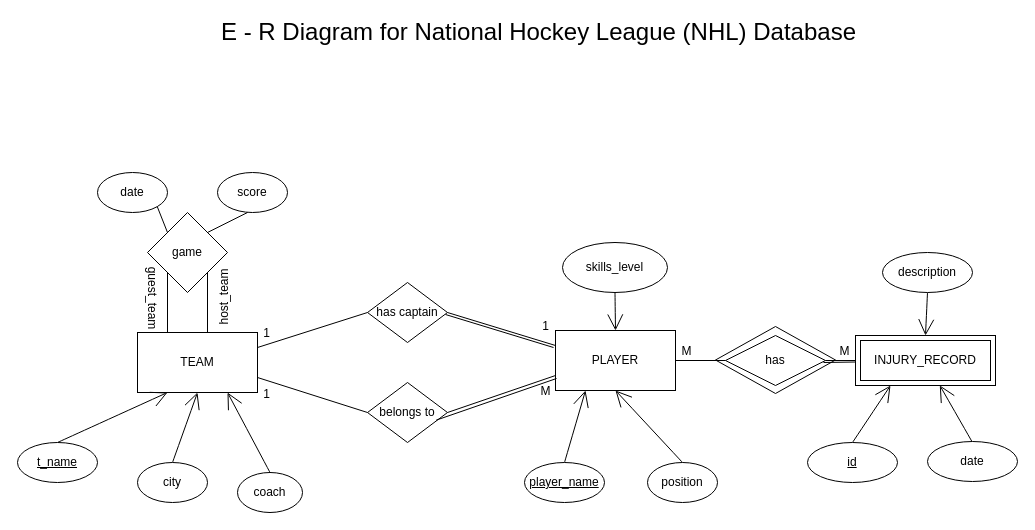
Earlier version of the draw.io diagram page "ER Diagram" (1 of 2) of Untitled Diagram.drawio (R0HITKUMAR/dbms_lab). Source tidied: cells renumbered, new cells numbered last; positions are measured from the earlier drawing's top-left corner, leaving out a move shared by most shapes. Both pictures are drawn from the tidied source at 100%, with x=0, y=0 at pixel (17, 20).
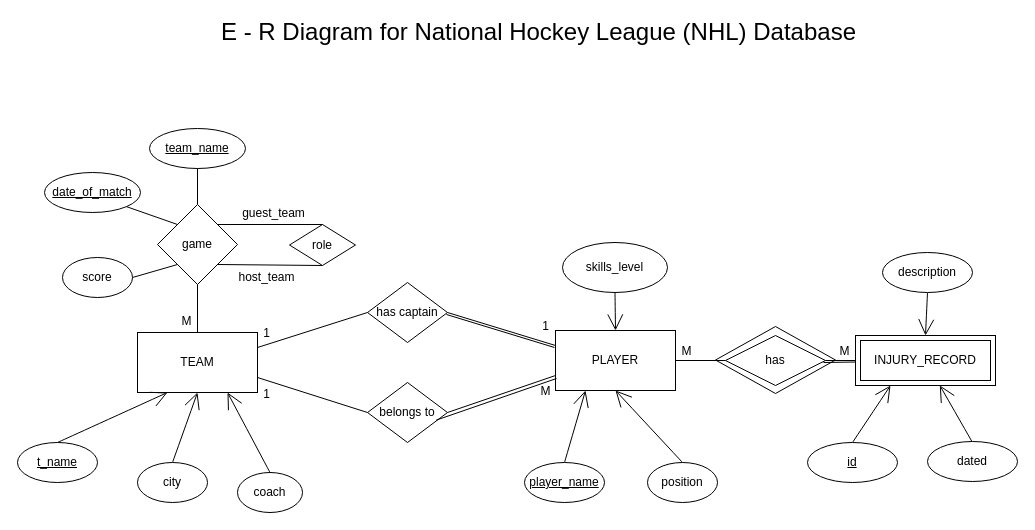
Above is the later version.

The change refers to these unchanged cells:
```xml
<mxCell id="4" value="TEAM" style="rounded=0;whiteSpace=wrap;html=1;hachureGap=4;" parent="1" vertex="1">
  <mxGeometry x="120" y="312" width="120" height="60" as="geometry" />
</mxCell>
```

What changed in the source:
```diff
@@
     <mxCell id="21" value="game" style="rhombus;whiteSpace=wrap;html=1;hachureGap=4;" parent="1" vertex="1">
-      <mxGeometry x="130" y="192" width="80" height="80" as="geometry" />
+      <mxGeometry x="140" y="184" width="80" height="80" as="geometry" />
     </mxCell>
-    <mxCell id="22" value="date" style="ellipse;whiteSpace=wrap;html=1;hachureGap=4;" parent="1" vertex="1">
-      <mxGeometry x="80" y="152" width="70" height="40" as="geometry" />
+    <mxCell id="22" value="&lt;u&gt;date_of_match&lt;/u&gt;" style="ellipse;whiteSpace=wrap;html=1;hachureGap=4;" parent="1" vertex="1">
+      <mxGeometry x="27" y="152" width="96" height="40" as="geometry" />
     </mxCell>
     <mxCell id="23" value="score" style="ellipse;whiteSpace=wrap;html=1;hachureGap=4;" parent="1" vertex="1">
-      <mxGeometry x="200" y="152" width="70" height="40" as="geometry" />
+      <mxGeometry x="45" y="237" width="70" height="40" as="geometry" />
     </mxCell>
@@
-    <mxCell id="25" style="endArrow=none;html=1;startSize=14;endSize=14;sourcePerimeterSpacing=8;targetPerimeterSpacing=8;exitX=1;exitY=0;exitDx=0;exitDy=0;" parent="1" edge="1" source="21">
-      <mxGeometry relative="1" as="geometry">
-        <mxPoint x="230" y="192" as="targetPoint" />
-      </mxGeometry>
-    </mxCell>
-    <mxCell id="26" style="endArrow=none;html=1;startSize=14;endSize=14;sourcePerimeterSpacing=8;targetPerimeterSpacing=8;entryX=0;entryY=1;entryDx=0;entryDy=0;exitX=0.25;exitY=0;exitDx=0;exitDy=0;" parent="1" edge="1" source="4" target="21">
+    <mxCell id="26" style="endArrow=none;html=1;startSize=14;endSize=14;sourcePerimeterSpacing=8;targetPerimeterSpacing=8;entryX=0.5;entryY=1;entryDx=0;entryDy=0;exitX=0.5;exitY=0;exitDx=0;exitDy=0;" parent="1" edge="1" source="4" target="21">
       <mxGeometry relative="1" as="geometry" />
     </mxCell>
-    <mxCell id="27" style="endArrow=none;html=1;startSize=14;endSize=14;sourcePerimeterSpacing=8;targetPerimeterSpacing=8;entryX=0;entryY=1;entryDx=0;entryDy=0;exitX=0.25;exitY=0;exitDx=0;exitDy=0;" parent="1" edge="1">
-      <mxGeometry relative="1" as="geometry">
-        <mxPoint x="190" y="312" as="sourcePoint" />
-        <mxPoint x="190" y="252" as="targetPoint" />
-      </mxGeometry>
-    </mxCell>
@@
-    <mxCell id="31" value="date" style="ellipse;whiteSpace=wrap;html=1;hachureGap=4;" parent="1" vertex="1">
+    <mxCell id="31" value="dated" style="ellipse;whiteSpace=wrap;html=1;hachureGap=4;" parent="1" vertex="1">
       <mxGeometry x="910" y="421" width="90" height="40" as="geometry" />
     </mxCell>
@@
+    <mxCell id="51" style="endArrow=none;html=1;startSize=14;endSize=14;sourcePerimeterSpacing=8;targetPerimeterSpacing=8;entryX=0;entryY=0.25;entryDx=0;entryDy=0;exitX=1;exitY=0.5;exitDx=0;exitDy=0;" parent="1" edge="1">
+      <mxGeometry relative="1" as="geometry">
+        <mxPoint x="429" y="294" as="sourcePoint" />
+        <mxPoint x="537" y="327" as="targetPoint" />
+      </mxGeometry>
+    </mxCell>
+    <mxCell id="52" value="&lt;u&gt;team_name&lt;/u&gt;" style="ellipse;whiteSpace=wrap;html=1;hachureGap=4;" parent="1" vertex="1">
+      <mxGeometry x="132" y="108" width="96" height="40" as="geometry" />
+    </mxCell>
+    <mxCell id="53" style="endArrow=none;html=1;startSize=14;endSize=14;sourcePerimeterSpacing=8;targetPerimeterSpacing=8;exitX=0.5;exitY=0;exitDx=0;exitDy=0;entryX=0.5;entryY=1;entryDx=0;entryDy=0;" parent="1" edge="1" source="21" target="52">
+      <mxGeometry relative="1" as="geometry" />
+    </mxCell>
+    <mxCell id="54" style="endArrow=none;html=1;startSize=14;endSize=14;sourcePerimeterSpacing=8;targetPerimeterSpacing=8;exitX=1;exitY=0.5;exitDx=0;exitDy=0;entryX=0;entryY=1;entryDx=0;entryDy=0;" parent="1" edge="1" source="23" target="21">
+      <mxGeometry relative="1" as="geometry" />
+    </mxCell>
+    <mxCell id="55" value="role" style="rhombus;whiteSpace=wrap;html=1;" parent="1" vertex="1">
+      <mxGeometry x="272" y="204" width="66" height="41" as="geometry" />
+    </mxCell>
+    <mxCell id="56" style="endArrow=none;html=1;startSize=14;endSize=14;sourcePerimeterSpacing=8;targetPerimeterSpacing=8;exitX=0.5;exitY=0;exitDx=0;exitDy=0;entryX=1;entryY=0;entryDx=0;entryDy=0;" parent="1" edge="1" source="55" target="21">
+      <mxGeometry relative="1" as="geometry" />
+    </mxCell>
+    <mxCell id="57" style="endArrow=none;html=1;startSize=14;endSize=14;sourcePerimeterSpacing=8;targetPerimeterSpacing=8;exitX=0.5;exitY=1;exitDx=0;exitDy=0;entryX=1;entryY=1;entryDx=0;entryDy=0;" parent="1" edge="1" source="55" target="21">
+      <mxGeometry relative="1" as="geometry" />
+    </mxCell>
+    <mxCell id="50" value="guest_team" style="text;html=1;align=center;verticalAlign=middle;strokeColor=none;fillColor=none;" parent="1" vertex="1">
+      <mxGeometry x="219" y="184" width="73" height="18" as="geometry" />
+    </mxCell>
-    <mxCell id="49" value="host_team" style="text;html=1;align=center;verticalAlign=middle;strokeColor=none;fillColor=none;rotation=-90;" parent="1" vertex="1">
-      <mxGeometry x="174" y="268" width="66" height="18" as="geometry" />
+    <mxCell id="49" value="host_team" style="text;html=1;align=center;verticalAlign=middle;strokeColor=none;fillColor=none;" parent="1" vertex="1">
+      <mxGeometry x="216" y="248" width="66" height="18" as="geometry" />
     </mxCell>
-    <mxCell id="50" value="guest_team" style="text;html=1;align=center;verticalAlign=middle;strokeColor=none;fillColor=none;rotation=90;" parent="1" vertex="1">
-      <mxGeometry x="98" y="268" width="73" height="18" as="geometry" />
-    </mxCell>
-    <mxCell id="51" style="endArrow=none;html=1;startSize=14;endSize=14;sourcePerimeterSpacing=8;targetPerimeterSpacing=8;entryX=0;entryY=0.25;entryDx=0;entryDy=0;exitX=1;exitY=0.5;exitDx=0;exitDy=0;" parent="1" edge="1">
-      <mxGeometry relative="1" as="geometry">
-        <mxPoint x="428" y="294" as="sourcePoint" />
-        <mxPoint x="536" y="327" as="targetPoint" />
-      </mxGeometry>
-    </mxCell>
+    <mxCell id="58" value="M" style="text;html=1;align=center;verticalAlign=middle;strokeColor=none;fillColor=none;" parent="1" vertex="1">
+      <mxGeometry x="159" y="292" width="20" height="18" as="geometry" />
+    </mxCell>
```
